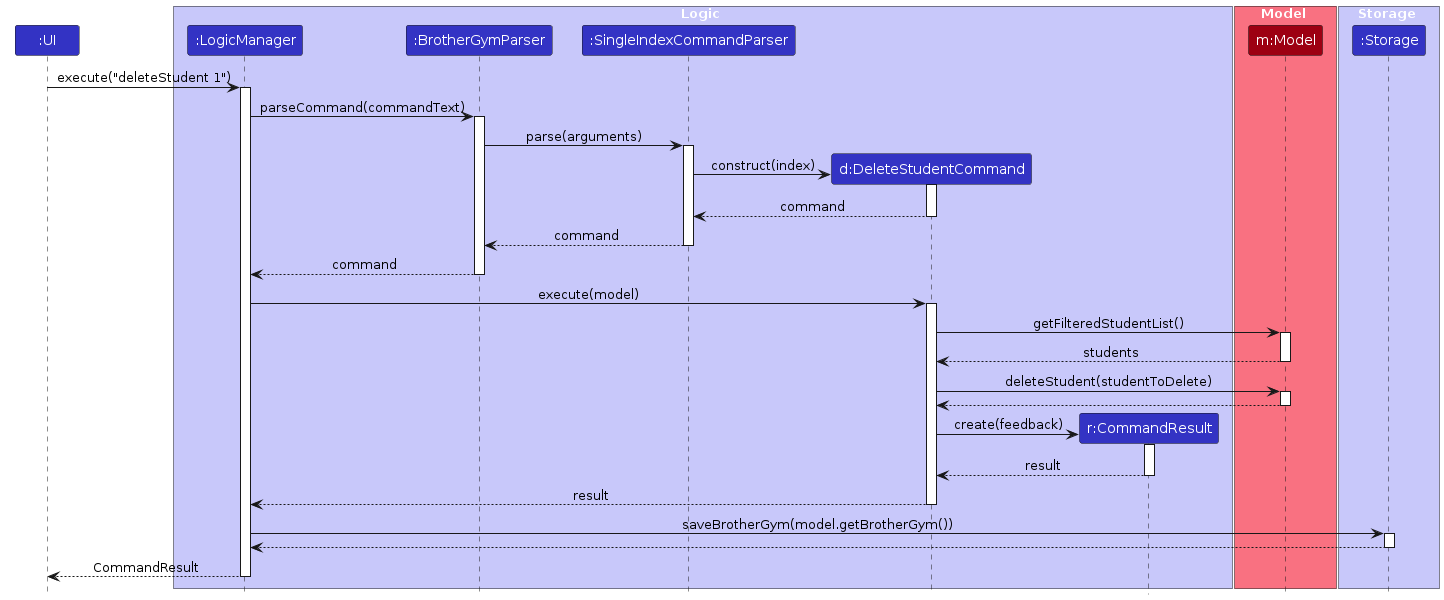
Before: diagrams/DeleteSequenceDiagram.png, a diagram exported from PlantUML (AY2627S1-CS2103T-T11-4/tp). Its source is kept beside it as diagrams/DeleteSequenceDiagram.puml.
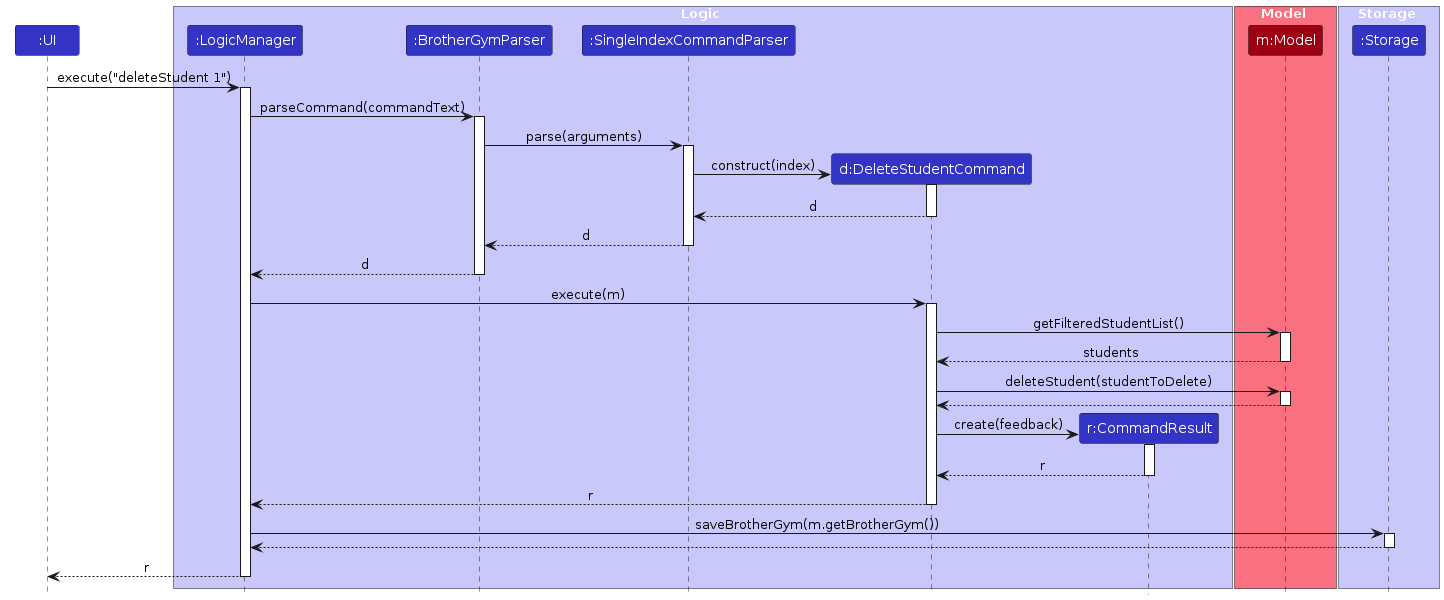
After the change.

The edit, as a diff of the source:
```diff
@@ -28,14 +28,14 @@
 create DeleteStudentCommand
 SingleIndexCommandParser -> DeleteStudentCommand : construct(index)
 activate DeleteStudentCommand
-DeleteStudentCommand --> SingleIndexCommandParser : command
+DeleteStudentCommand --> SingleIndexCommandParser : d
 deactivate DeleteStudentCommand
-SingleIndexCommandParser --> BrotherGymParser : command
+SingleIndexCommandParser --> BrotherGymParser : d
 deactivate SingleIndexCommandParser
-BrotherGymParser --> LogicManager : command
+BrotherGymParser --> LogicManager : d
 deactivate BrotherGymParser
 
-LogicManager -> DeleteStudentCommand : execute(model)
+LogicManager -> DeleteStudentCommand : execute(m)
 activate DeleteStudentCommand
 DeleteStudentCommand -> Model : getFilteredStudentList()
 activate Model
@@ -49,15 +49,15 @@
 create CommandResult
 DeleteStudentCommand -> CommandResult : create(feedback)
 activate CommandResult
-CommandResult --> DeleteStudentCommand : result
+CommandResult --> DeleteStudentCommand : r
 deactivate CommandResult
-DeleteStudentCommand --> LogicManager : result
+DeleteStudentCommand --> LogicManager : r
 deactivate DeleteStudentCommand
 
-LogicManager -> Storage : saveBrotherGym(model.getBrotherGym())
+LogicManager -> Storage : saveBrotherGym(m.getBrotherGym())
 activate Storage
 Storage --> LogicManager
 deactivate Storage
-LogicManager --> UI : CommandResult
+LogicManager --> UI : r
 deactivate LogicManager
 @enduml
```
